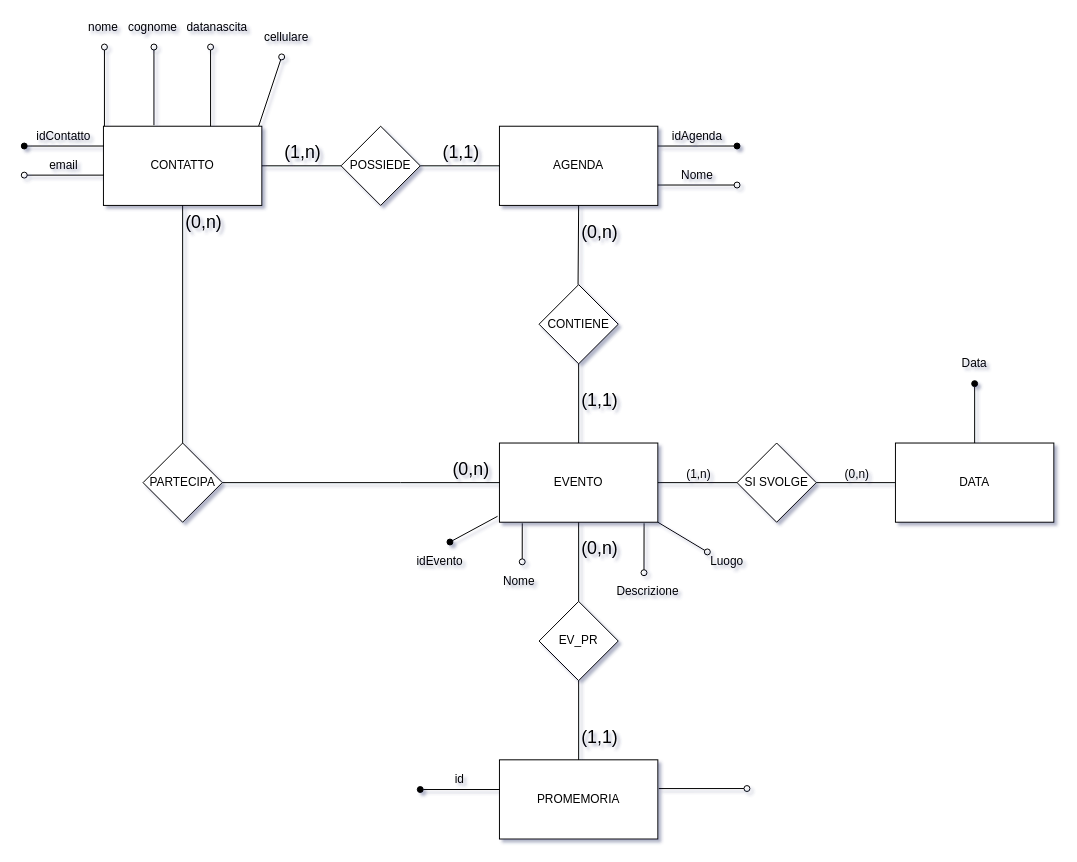
codesimo/db keeps this draw.io diagram as Untitled Diagram.drawio. Above is the earlier version. Source tidied: cells renumbered, new cells numbered last; positions are measured from the earlier drawing's top-left corner, leaving out a move shared by most shapes. Both pictures are drawn from the tidied source at 99%, with x=0, y=0 at pixel (24, 17).
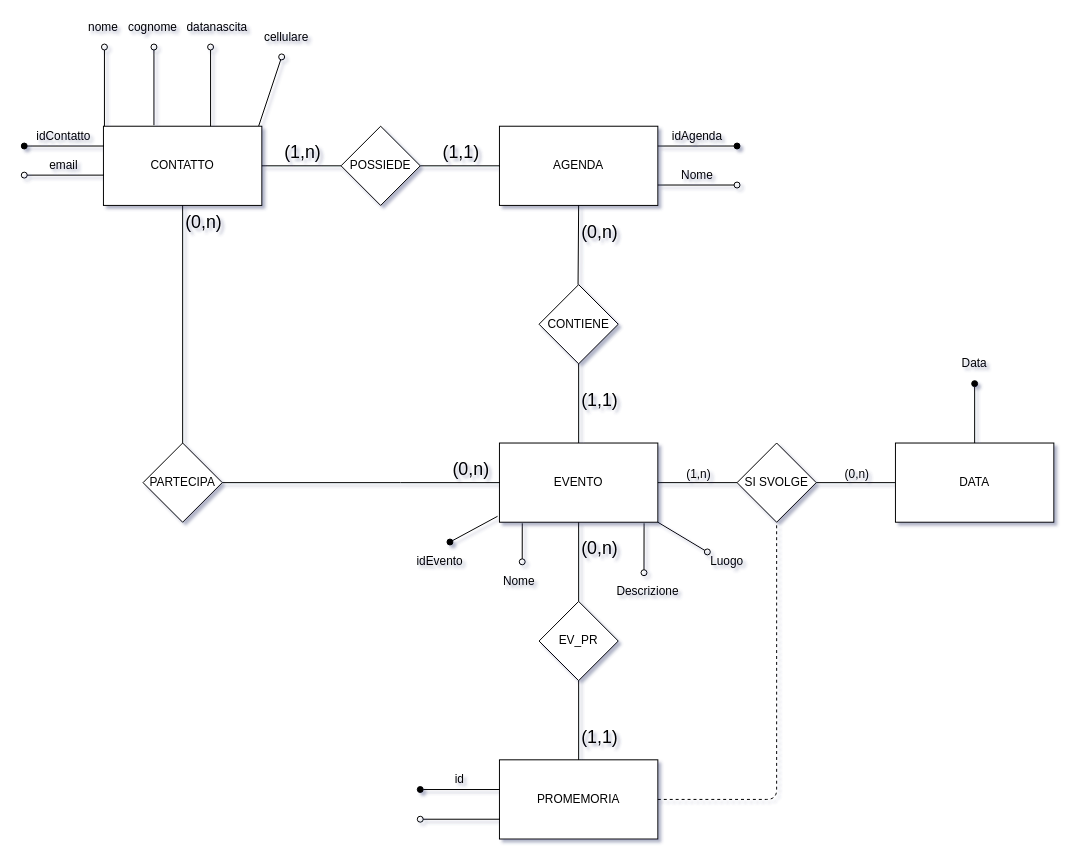
The same page after the edit.

The change refers to these unchanged cells:
```xml
<mxCell id="45" value="SI SVOLGE" style="rhombus;whiteSpace=wrap;html=1;" parent="1" vertex="1">
  <mxGeometry x="720" y="430" width="80" height="80" as="geometry" />
</mxCell>
<mxCell id="63" value="PROMEMORIA" style="rounded=0;whiteSpace=wrap;html=1;" parent="1" vertex="1">
  <mxGeometry x="480" y="750" width="160" height="80" as="geometry" />
</mxCell>
<mxCell id="73" style="group;" parent="1" vertex="1">
  <mxGeometry x="639" y="770" width="80" height="20" as="geometry" />
</mxCell>
```

Diff of the diagram source:
```diff
@@
-    <mxCell id="74" style="endArrow=none;html=1;startArrow=oval;startFill=0;entryX=1.006;entryY=0.363;entryDx=0;entryDy=0;entryPerimeter=0;" parent="73" edge="1" target="63">
+    <mxCell id="74" style="endArrow=none;html=1;startArrow=oval;startFill=0;entryX=0;entryY=0.75;entryDx=0;entryDy=0;" parent="73" edge="1" target="63">
       <mxGeometry relative="1" as="geometry">
-        <mxPoint x="91" y="9" as="sourcePoint" />
+        <mxPoint x="-239" y="40" as="sourcePoint" />
       </mxGeometry>
     </mxCell>
+    <mxCell id="75" style="endArrow=none;dashed=1;html=1;entryX=0.5;entryY=1;entryDx=0;entryDy=0;exitX=1;exitY=0.5;exitDx=0;exitDy=0;" parent="1" edge="1" source="63" target="45">
+      <mxGeometry relative="1" as="geometry">
+        <Array as="points">
+          <mxPoint x="760" y="790" />
+        </Array>
+      </mxGeometry>
+    </mxCell>
```
